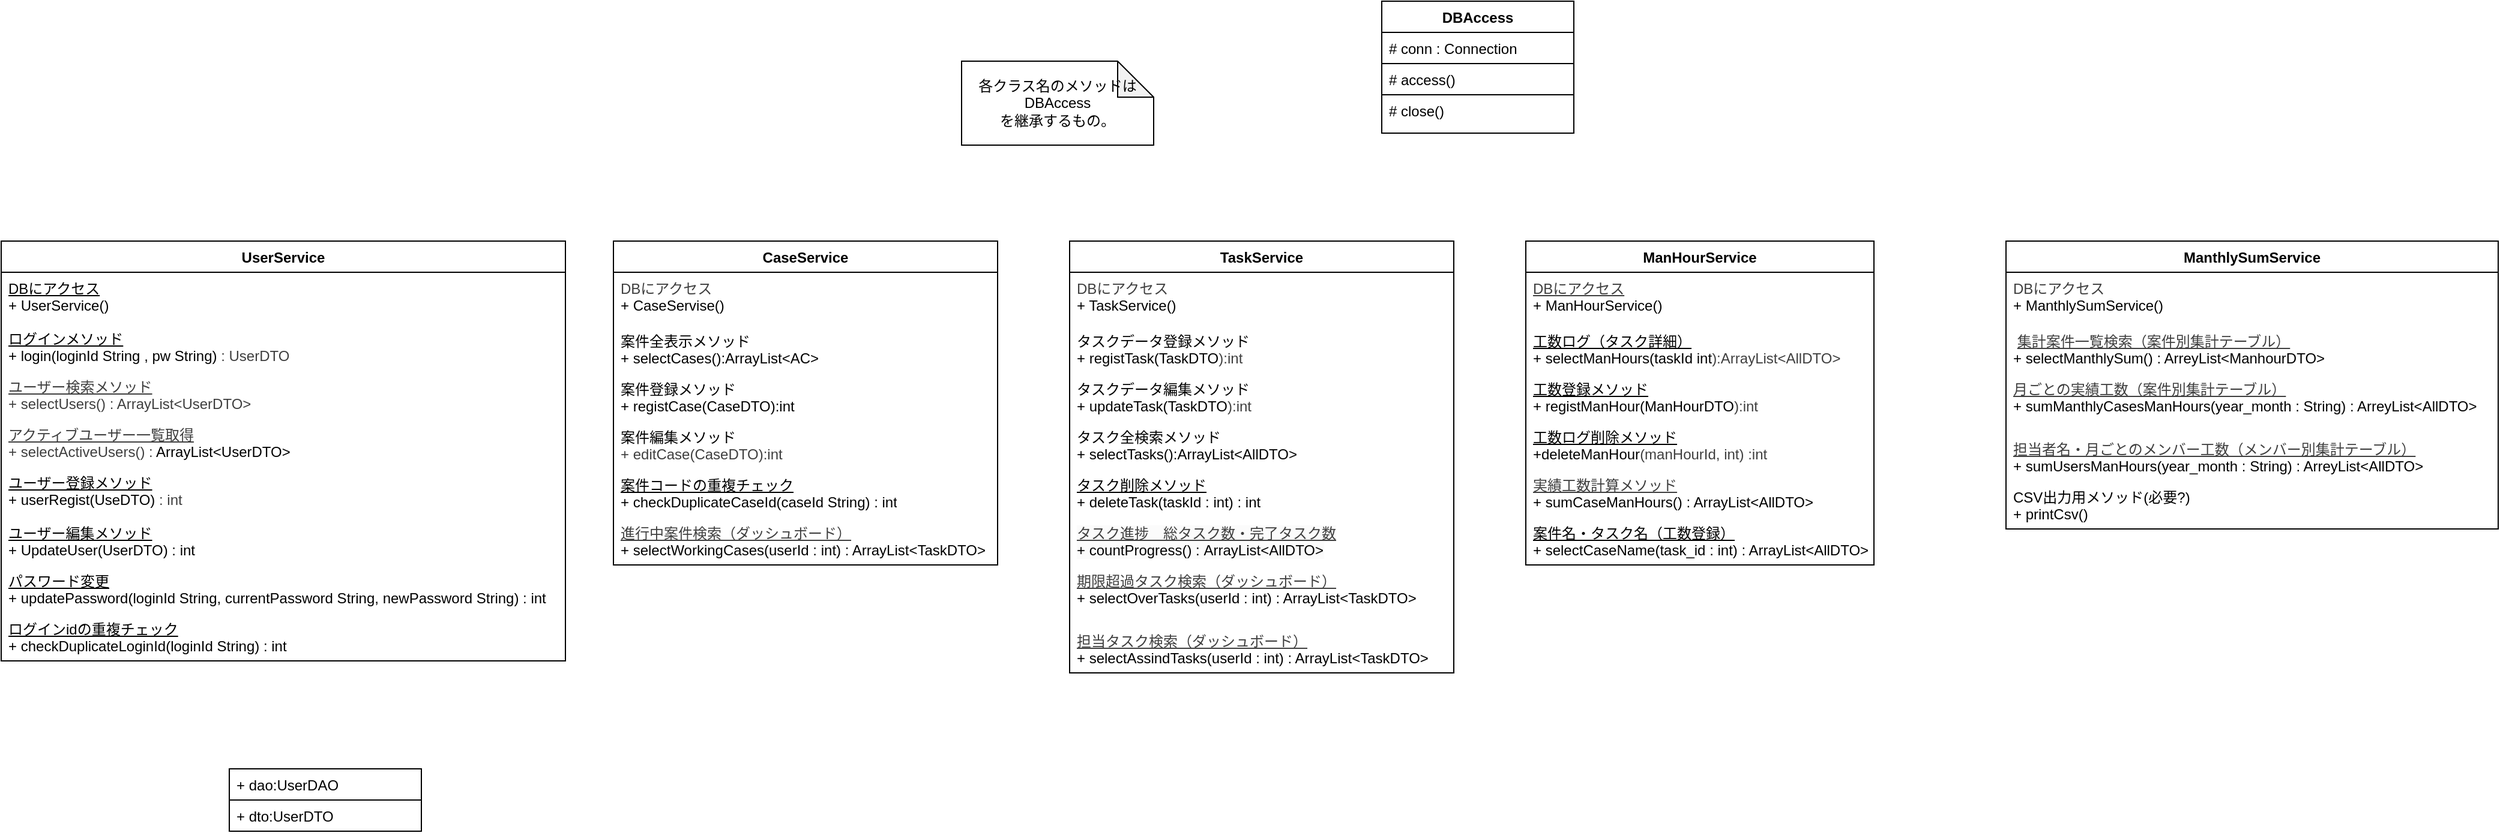
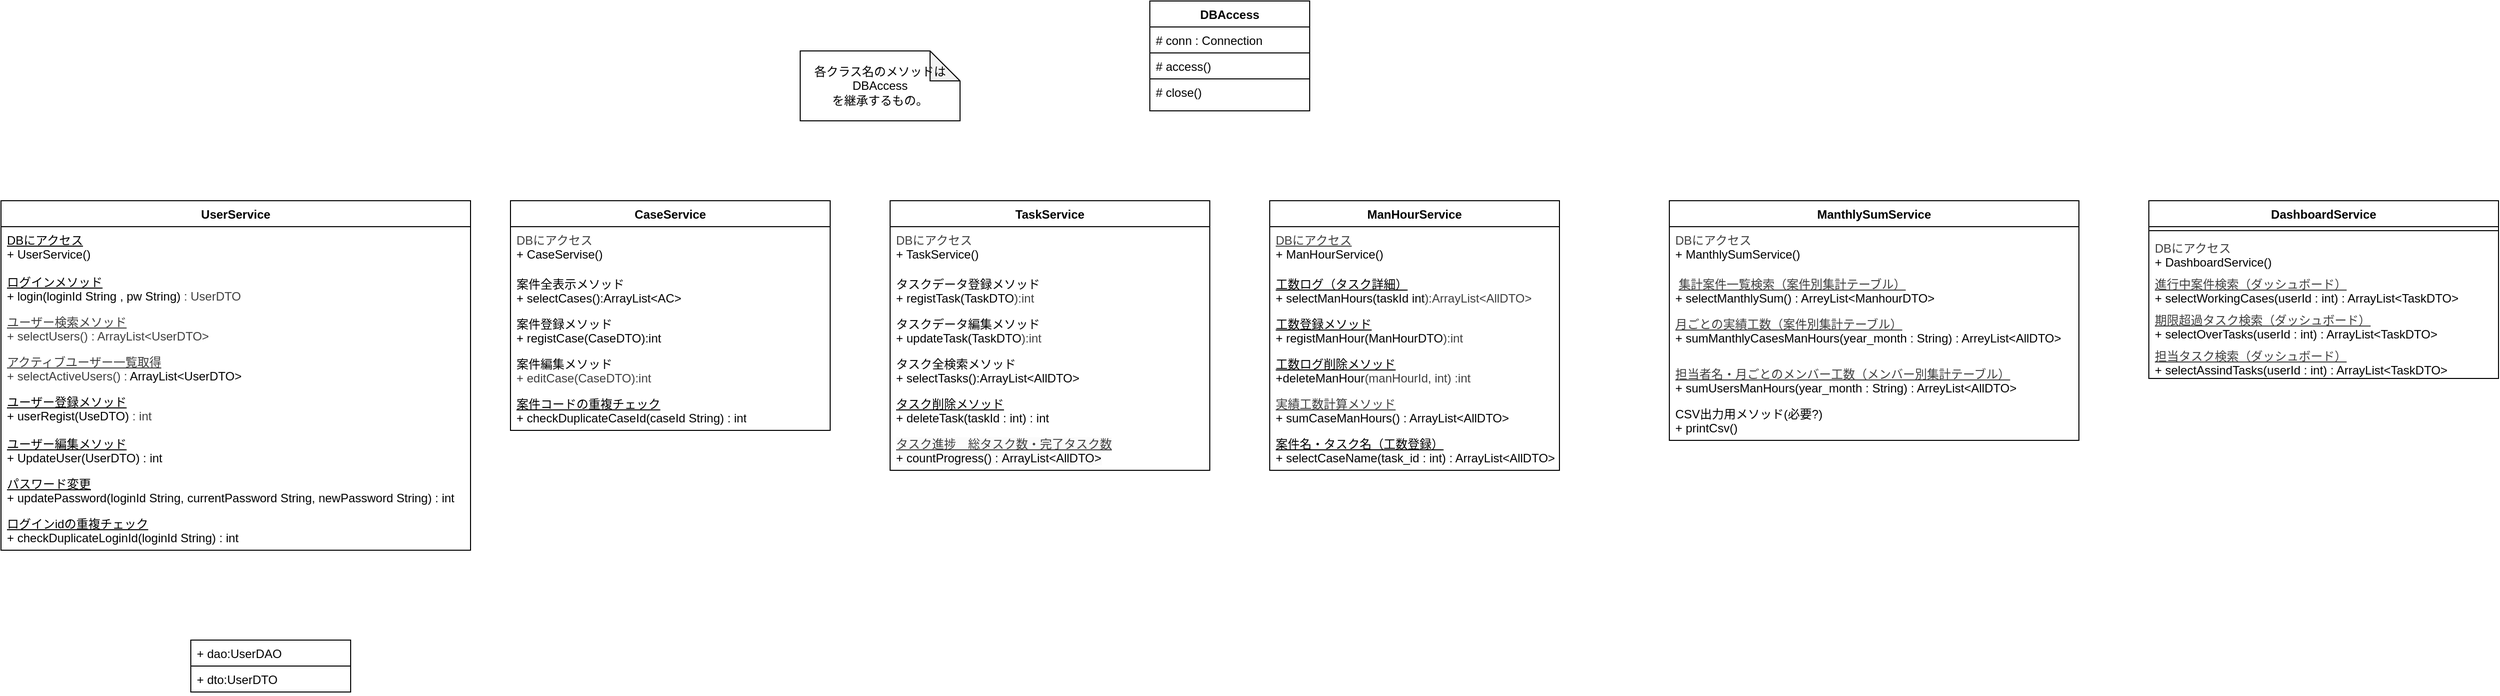
<mxfile host="65bd71144e">
    <diagram id="vtqDsGyhjbo1Ara4jLw-" name="クラス図　Service">
-         <mxGraphModel dx="1281" dy="1676" grid="1" gridSize="10" guides="1" tooltips="1" connect="1" arrows="1" fold="1" page="1" pageScale="1" pageWidth="827" pageHeight="1169" math="0" shadow="0">
+         <mxGraphModel dx="1569" dy="1657" grid="1" gridSize="10" guides="1" tooltips="1" connect="1" arrows="1" fold="1" page="1" pageScale="1" pageWidth="827" pageHeight="1169" math="0" shadow="0">
            <root>
                <mxCell id="0"/>
                <mxCell id="1" parent="0"/>
                <mxCell id="sEulbgWXGhEAaZwcWKiL-1" value="UserService" style="swimlane;fontStyle=1;align=center;verticalAlign=top;childLayout=stackLayout;horizontal=1;startSize=26;horizontalStack=0;resizeParent=1;resizeParentMax=0;resizeLast=0;collapsible=1;marginBottom=0;whiteSpace=wrap;html=1;strokeColor=default;" parent="1" vertex="1">
                    <mxGeometry x="-790" y="-520" width="470" height="350" as="geometry"/>
                </mxCell>
                <mxCell id="sEulbgWXGhEAaZwcWKiL-2" value="&lt;div&gt;&lt;font face=&quot;Helvetica&quot;&gt;&lt;u&gt;DBにアクセス&lt;/u&gt;&lt;/font&gt;&lt;/div&gt;&lt;font face=&quot;Helvetica&quot;&gt;+ UserService()&lt;/font&gt;" style="text;strokeColor=none;fillColor=none;align=left;verticalAlign=top;spacingLeft=4;spacingRight=4;overflow=hidden;rotatable=0;points=[[0,0.5],[1,0.5]];portConstraint=eastwest;whiteSpace=wrap;html=1;" parent="sEulbgWXGhEAaZwcWKiL-1" vertex="1">
                    <mxGeometry y="26" width="470" height="42" as="geometry"/>
                </mxCell>
                <mxCell id="sEulbgWXGhEAaZwcWKiL-4" value="&lt;div&gt;&lt;u&gt;ログインメソッド&lt;/u&gt;&lt;/div&gt;+ login(loginId String , pw String)&amp;nbsp;&lt;span style=&quot;color: rgb(63, 63, 63); background-color: transparent;&quot;&gt;: UserDTO&lt;/span&gt;" style="text;strokeColor=none;fillColor=none;align=left;verticalAlign=top;spacingLeft=4;spacingRight=4;overflow=hidden;rotatable=0;points=[[0,0.5],[1,0.5]];portConstraint=eastwest;whiteSpace=wrap;html=1;" parent="sEulbgWXGhEAaZwcWKiL-1" vertex="1">
                    <mxGeometry y="68" width="470" height="40" as="geometry"/>
                </mxCell>
                <mxCell id="28" value="&lt;u style=&quot;color: rgb(63, 63, 63); scrollbar-color: rgb(226, 226, 226) rgb(251, 251, 251);&quot;&gt;ユーザー検索メソッド&lt;/u&gt;&lt;br style=&quot;color: rgb(63, 63, 63); scrollbar-color: rgb(226, 226, 226) rgb(251, 251, 251);&quot;&gt;&lt;div style=&quot;color: rgb(63, 63, 63); scrollbar-color: rgb(226, 226, 226) rgb(251, 251, 251);&quot;&gt;+ selectUsers() : &lt;span style=&quot;color: rgb(63, 63, 63); scrollbar-color: rgb(226, 226, 226) rgb(251, 251, 251); background-color: transparent;&quot;&gt;ArrayList&amp;lt;UserDTO&amp;gt;&lt;/span&gt;&lt;/div&gt;" style="text;strokeColor=none;fillColor=none;align=left;verticalAlign=top;spacingLeft=4;spacingRight=4;overflow=hidden;rotatable=0;points=[[0,0.5],[1,0.5]];portConstraint=eastwest;whiteSpace=wrap;html=1;" parent="sEulbgWXGhEAaZwcWKiL-1" vertex="1">
                    <mxGeometry y="108" width="470" height="40" as="geometry"/>
                </mxCell>
-                 <mxCell id="55" value="&lt;u style=&quot;color: rgb(63, 63, 63); scrollbar-color: rgb(226, 226, 226) rgb(251, 251, 251);&quot;&gt;アクティブユーザー一覧取得&lt;/u&gt;&lt;div style=&quot;color: rgb(63, 63, 63); scrollbar-color: rgb(226, 226, 226) rgb(251, 251, 251);&quot;&gt;+ selectActiveUsers() : &lt;span style=&quot;scrollbar-color: rgb(226, 226, 226) rgb(251, 251, 251); background-color: transparent; color: rgb(0, 0, 0);&quot;&gt;ArrayList&amp;lt;UserDTO&amp;gt;&lt;/span&gt;&lt;/div&gt;" style="text;strokeColor=none;fillColor=none;align=left;verticalAlign=top;spacingLeft=4;spacingRight=4;overflow=hidden;rotatable=0;points=[[0,0.5],[1,0.5]];portConstraint=eastwest;whiteSpace=wrap;html=1;" vertex="1" parent="sEulbgWXGhEAaZwcWKiL-1">
+                 <mxCell id="55" value="&lt;u style=&quot;color: rgb(63, 63, 63); scrollbar-color: rgb(226, 226, 226) rgb(251, 251, 251);&quot;&gt;アクティブユーザー一覧取得&lt;/u&gt;&lt;div style=&quot;color: rgb(63, 63, 63); scrollbar-color: rgb(226, 226, 226) rgb(251, 251, 251);&quot;&gt;+ selectActiveUsers() : &lt;span style=&quot;scrollbar-color: rgb(226, 226, 226) rgb(251, 251, 251); background-color: transparent; color: rgb(0, 0, 0);&quot;&gt;ArrayList&amp;lt;UserDTO&amp;gt;&lt;/span&gt;&lt;/div&gt;" style="text;strokeColor=none;fillColor=none;align=left;verticalAlign=top;spacingLeft=4;spacingRight=4;overflow=hidden;rotatable=0;points=[[0,0.5],[1,0.5]];portConstraint=eastwest;whiteSpace=wrap;html=1;" parent="sEulbgWXGhEAaZwcWKiL-1" vertex="1">
                    <mxGeometry y="148" width="470" height="40" as="geometry"/>
                </mxCell>
                <mxCell id="sEulbgWXGhEAaZwcWKiL-3" value="&lt;div&gt;&lt;font face=&quot;Helvetica&quot;&gt;&lt;u&gt;ユーザー登録メソッド&lt;/u&gt;&lt;/font&gt;&lt;/div&gt;&lt;font face=&quot;Helvetica&quot;&gt;+ userRegist(UseDTO)&amp;nbsp;&lt;/font&gt;&lt;span style=&quot;color: rgb(63, 63, 63); background-color: transparent;&quot;&gt;: int&lt;/span&gt;" style="text;strokeColor=none;fillColor=none;align=left;verticalAlign=top;spacingLeft=4;spacingRight=4;overflow=hidden;rotatable=0;points=[[0,0.5],[1,0.5]];portConstraint=eastwest;whiteSpace=wrap;html=1;" parent="sEulbgWXGhEAaZwcWKiL-1" vertex="1">
                    <mxGeometry y="188" width="470" height="42" as="geometry"/>
                </mxCell>
                <mxCell id="sEulbgWXGhEAaZwcWKiL-5" value="&lt;u&gt;ユーザー編集メソッド&lt;/u&gt;&lt;div&gt;+ UpdateUser(UserDTO) : int&lt;/div&gt;" style="text;strokeColor=none;fillColor=none;align=left;verticalAlign=top;spacingLeft=4;spacingRight=4;overflow=hidden;rotatable=0;points=[[0,0.5],[1,0.5]];portConstraint=eastwest;whiteSpace=wrap;html=1;" parent="sEulbgWXGhEAaZwcWKiL-1" vertex="1">
                    <mxGeometry y="230" width="470" height="40" as="geometry"/>
                </mxCell>
-                 <mxCell id="56" value="&lt;u&gt;パスワード変更&lt;/u&gt;&lt;div&gt;+ updatePassword(loginId String, currentPassword String, newPassword String) : int&lt;/div&gt;" style="text;strokeColor=none;fillColor=none;align=left;verticalAlign=top;spacingLeft=4;spacingRight=4;overflow=hidden;rotatable=0;points=[[0,0.5],[1,0.5]];portConstraint=eastwest;whiteSpace=wrap;html=1;" vertex="1" parent="sEulbgWXGhEAaZwcWKiL-1">
+                 <mxCell id="56" value="&lt;u&gt;パスワード変更&lt;/u&gt;&lt;div&gt;+ updatePassword(loginId String, currentPassword String, newPassword String) : int&lt;/div&gt;" style="text;strokeColor=none;fillColor=none;align=left;verticalAlign=top;spacingLeft=4;spacingRight=4;overflow=hidden;rotatable=0;points=[[0,0.5],[1,0.5]];portConstraint=eastwest;whiteSpace=wrap;html=1;" parent="sEulbgWXGhEAaZwcWKiL-1" vertex="1">
                    <mxGeometry y="270" width="470" height="40" as="geometry"/>
                </mxCell>
                <mxCell id="52" value="&lt;u&gt;ログインidの重複チェック&lt;/u&gt;&lt;div&gt;+ checkDuplicateLoginId(loginId String) : int&lt;/div&gt;" style="text;strokeColor=none;fillColor=none;align=left;verticalAlign=top;spacingLeft=4;spacingRight=4;overflow=hidden;rotatable=0;points=[[0,0.5],[1,0.5]];portConstraint=eastwest;whiteSpace=wrap;html=1;" parent="sEulbgWXGhEAaZwcWKiL-1" vertex="1">
                    <mxGeometry y="310" width="470" height="40" as="geometry"/>
                </mxCell>
                <mxCell id="sEulbgWXGhEAaZwcWKiL-6" value="DBAccess" style="swimlane;fontStyle=1;align=center;verticalAlign=top;childLayout=stackLayout;horizontal=1;startSize=26;horizontalStack=0;resizeParent=1;resizeParentMax=0;resizeLast=0;collapsible=1;marginBottom=0;whiteSpace=wrap;html=1;strokeColor=default;" parent="1" vertex="1">
                    <mxGeometry x="360" y="-720" width="160" height="110" as="geometry"/>
                </mxCell>
                <mxCell id="sEulbgWXGhEAaZwcWKiL-7" value="# conn : Connection" style="text;strokeColor=default;fillColor=none;align=left;verticalAlign=top;spacingLeft=4;spacingRight=4;overflow=hidden;rotatable=0;points=[[0,0.5],[1,0.5]];portConstraint=eastwest;whiteSpace=wrap;html=1;" parent="sEulbgWXGhEAaZwcWKiL-6" vertex="1">
                    <mxGeometry y="26" width="160" height="26" as="geometry"/>
                </mxCell>
                <mxCell id="sEulbgWXGhEAaZwcWKiL-8" value="# access()" style="text;strokeColor=default;fillColor=none;align=left;verticalAlign=top;spacingLeft=4;spacingRight=4;overflow=hidden;rotatable=0;points=[[0,0.5],[1,0.5]];portConstraint=eastwest;whiteSpace=wrap;html=1;" parent="sEulbgWXGhEAaZwcWKiL-6" vertex="1">
                    <mxGeometry y="52" width="160" height="26" as="geometry"/>
                </mxCell>
                <mxCell id="sEulbgWXGhEAaZwcWKiL-9" value="# close()" style="text;strokeColor=default;fillColor=none;align=left;verticalAlign=top;spacingLeft=4;spacingRight=4;overflow=hidden;rotatable=0;points=[[0,0.5],[1,0.5]];portConstraint=eastwest;whiteSpace=wrap;html=1;" parent="sEulbgWXGhEAaZwcWKiL-6" vertex="1">
                    <mxGeometry y="78" width="160" height="32" as="geometry"/>
                </mxCell>
                <mxCell id="sEulbgWXGhEAaZwcWKiL-10" value="CaseService" style="swimlane;fontStyle=1;align=center;verticalAlign=top;childLayout=stackLayout;horizontal=1;startSize=26;horizontalStack=0;resizeParent=1;resizeParentMax=0;resizeLast=0;collapsible=1;marginBottom=0;whiteSpace=wrap;html=1;" parent="1" vertex="1">
-                     <mxGeometry x="-280" y="-520" width="320" height="270" as="geometry"/>
+                     <mxGeometry x="-280" y="-520" width="320" height="230" as="geometry"/>
                </mxCell>
                <mxCell id="sEulbgWXGhEAaZwcWKiL-11" value="&lt;div&gt;&lt;span style=&quot;color: rgb(63, 63, 63);&quot;&gt;DBにアクセス&lt;/span&gt;&lt;/div&gt;+ CaseServise()" style="text;strokeColor=none;fillColor=none;align=left;verticalAlign=top;spacingLeft=4;spacingRight=4;overflow=hidden;rotatable=0;points=[[0,0.5],[1,0.5]];portConstraint=eastwest;whiteSpace=wrap;html=1;" parent="sEulbgWXGhEAaZwcWKiL-10" vertex="1">
                    <mxGeometry y="26" width="320" height="44" as="geometry"/>
                </mxCell>
                <mxCell id="sEulbgWXGhEAaZwcWKiL-14" value="案件全表示メソッド&lt;div&gt;&lt;div&gt;&lt;font color=&quot;#000000&quot;&gt;+ selectCases(&lt;/font&gt;&lt;span style=&quot;background-color: transparent;&quot;&gt;):ArrayList&amp;lt;AC&amp;gt;&lt;/span&gt;&lt;/div&gt;&lt;/div&gt;" style="text;strokeColor=none;fillColor=none;align=left;verticalAlign=top;spacingLeft=4;spacingRight=4;overflow=hidden;rotatable=0;points=[[0,0.5],[1,0.5]];portConstraint=eastwest;whiteSpace=wrap;html=1;" parent="sEulbgWXGhEAaZwcWKiL-10" vertex="1">
                    <mxGeometry y="70" width="320" height="40" as="geometry"/>
                </mxCell>
                <mxCell id="sEulbgWXGhEAaZwcWKiL-12" value="案件登録メソッド&lt;div&gt;&lt;font color=&quot;#000000&quot;&gt;+ registCase(CaseDTO):int&lt;/font&gt;&lt;/div&gt;" style="text;strokeColor=none;fillColor=none;align=left;verticalAlign=top;spacingLeft=4;spacingRight=4;overflow=hidden;rotatable=0;points=[[0,0.5],[1,0.5]];portConstraint=eastwest;whiteSpace=wrap;html=1;" parent="sEulbgWXGhEAaZwcWKiL-10" vertex="1">
                    <mxGeometry y="110" width="320" height="40" as="geometry"/>
                </mxCell>
                <mxCell id="41" value="&lt;span style=&quot;color: rgb(0, 0, 0);&quot;&gt;案件編集メソッド&lt;/span&gt;&lt;div style=&quot;color: rgb(63, 63, 63); scrollbar-color: rgb(226, 226, 226) rgb(251, 251, 251);&quot;&gt;&lt;font style=&quot;scrollbar-color: rgb(226, 226, 226) rgb(251, 251, 251);&quot;&gt;+ editCase(CaseDTO&lt;/font&gt;&lt;span style=&quot;color: rgb(63, 63, 63); scrollbar-color: rgb(226, 226, 226) rgb(251, 251, 251); background-color: transparent;&quot;&gt;):int&lt;/span&gt;&lt;/div&gt;" style="text;strokeColor=none;fillColor=none;align=left;verticalAlign=top;spacingLeft=4;spacingRight=4;overflow=hidden;rotatable=0;points=[[0,0.5],[1,0.5]];portConstraint=eastwest;whiteSpace=wrap;html=1;" parent="sEulbgWXGhEAaZwcWKiL-10" vertex="1">
                    <mxGeometry y="150" width="320" height="40" as="geometry"/>
                </mxCell>
                <mxCell id="53" value="&lt;u&gt;案件コードの重複チェック&lt;/u&gt;&lt;div&gt;+ checkDuplicateCaseId(caseId String) : int&lt;/div&gt;" style="text;strokeColor=none;fillColor=none;align=left;verticalAlign=top;spacingLeft=4;spacingRight=4;overflow=hidden;rotatable=0;points=[[0,0.5],[1,0.5]];portConstraint=eastwest;whiteSpace=wrap;html=1;" parent="sEulbgWXGhEAaZwcWKiL-10" vertex="1">
                    <mxGeometry y="190" width="320" height="40" as="geometry"/>
-                 </mxCell>
-                 <mxCell id="54" value="&lt;div style=&quot;scrollbar-color: rgb(226, 226, 226) rgb(251, 251, 251); color: rgb(63, 63, 63);&quot;&gt;&lt;font style=&quot;scrollbar-color: rgb(226, 226, 226) rgb(251, 251, 251); color: rgb(63, 63, 63);&quot;&gt;&lt;u style=&quot;scrollbar-color: rgb(226, 226, 226) rgb(251, 251, 251); color: rgb(63, 63, 63);&quot;&gt;進行中案件検索（ダッシュボード）&lt;/u&gt;&lt;/font&gt;&lt;/div&gt;&lt;span style=&quot;scrollbar-color: rgb(226, 226, 226) rgb(251, 251, 251); color: rgb(0, 0, 0);&quot;&gt;+ selectWorkingCases(&lt;span style=&quot;scrollbar-color: rgb(226, 226, 226) rgb(251, 251, 251); color: rgb(0, 0, 0);&quot;&gt;userId : int&lt;/span&gt;) : ArrayList&amp;lt;TaskDTO&amp;gt;&lt;/span&gt;" style="text;strokeColor=none;fillColor=none;align=left;verticalAlign=top;spacingLeft=4;spacingRight=4;overflow=hidden;rotatable=0;points=[[0,0.5],[1,0.5]];portConstraint=eastwest;whiteSpace=wrap;html=1;" parent="sEulbgWXGhEAaZwcWKiL-10" vertex="1">
-                     <mxGeometry y="230" width="320" height="40" as="geometry"/>
                </mxCell>
                <mxCell id="sEulbgWXGhEAaZwcWKiL-26" value="ManHourService" style="swimlane;fontStyle=1;align=center;verticalAlign=top;childLayout=stackLayout;horizontal=1;startSize=26;horizontalStack=0;resizeParent=1;resizeParentMax=0;resizeLast=0;collapsible=1;marginBottom=0;whiteSpace=wrap;html=1;" parent="1" vertex="1">
                    <mxGeometry x="480" y="-520" width="290" height="270" as="geometry"/>
                </mxCell>
                <mxCell id="sEulbgWXGhEAaZwcWKiL-27" value="&lt;div&gt;&lt;span style=&quot;color: rgb(63, 63, 63);&quot;&gt;&lt;u&gt;DBにアクセス&lt;/u&gt;&lt;/span&gt;&lt;/div&gt;+ ManHourService()" style="text;strokeColor=none;fillColor=none;align=left;verticalAlign=top;spacingLeft=4;spacingRight=4;overflow=hidden;rotatable=0;points=[[0,0.5],[1,0.5]];portConstraint=eastwest;whiteSpace=wrap;html=1;" parent="sEulbgWXGhEAaZwcWKiL-26" vertex="1">
                    <mxGeometry y="26" width="290" height="44" as="geometry"/>
                </mxCell>
                <mxCell id="sEulbgWXGhEAaZwcWKiL-28" value="&lt;span style=&quot;color: rgb(0, 0, 0);&quot;&gt;&lt;u&gt;工数ログ（タスク詳細）&lt;/u&gt;&lt;/span&gt;&lt;div&gt;&lt;font color=&quot;#000000&quot;&gt;+ selectManHours(taskId int&lt;/font&gt;&lt;span style=&quot;background-color: transparent; color: rgb(63, 63, 63);&quot;&gt;):ArrayList&amp;lt;AllDTO&amp;gt;&lt;/span&gt;&lt;/div&gt;" style="text;strokeColor=none;fillColor=none;align=left;verticalAlign=top;spacingLeft=4;spacingRight=4;overflow=hidden;rotatable=0;points=[[0,0.5],[1,0.5]];portConstraint=eastwest;whiteSpace=wrap;html=1;" parent="sEulbgWXGhEAaZwcWKiL-26" vertex="1">
                    <mxGeometry y="70" width="290" height="40" as="geometry"/>
                </mxCell>
                <mxCell id="sEulbgWXGhEAaZwcWKiL-29" value="&lt;u&gt;工数登録メソッド&lt;/u&gt;&lt;div&gt;+ registManHour(ManHourDTO&lt;span style=&quot;color: rgb(63, 63, 63); background-color: transparent;&quot;&gt;):int&lt;/span&gt;&lt;/div&gt;" style="text;strokeColor=none;fillColor=none;align=left;verticalAlign=top;spacingLeft=4;spacingRight=4;overflow=hidden;rotatable=0;points=[[0,0.5],[1,0.5]];portConstraint=eastwest;whiteSpace=wrap;html=1;" parent="sEulbgWXGhEAaZwcWKiL-26" vertex="1">
                    <mxGeometry y="110" width="290" height="40" as="geometry"/>
                </mxCell>
                <mxCell id="sEulbgWXGhEAaZwcWKiL-30" value="&lt;u&gt;工数ログ削除メソッド&lt;/u&gt;&lt;div&gt;+deleteManHour&lt;span style=&quot;background-color: transparent; color: rgb(63, 63, 63);&quot;&gt;(manHourId, int) :int&lt;/span&gt;&lt;/div&gt;" style="text;strokeColor=none;fillColor=none;align=left;verticalAlign=top;spacingLeft=4;spacingRight=4;overflow=hidden;rotatable=0;points=[[0,0.5],[1,0.5]];portConstraint=eastwest;whiteSpace=wrap;html=1;" parent="sEulbgWXGhEAaZwcWKiL-26" vertex="1">
                    <mxGeometry y="150" width="290" height="40" as="geometry"/>
                </mxCell>
                <mxCell id="25" value="&lt;div style=&quot;scrollbar-color: rgb(226, 226, 226) rgb(251, 251, 251); color: rgb(63, 63, 63);&quot;&gt;&lt;u style=&quot;scrollbar-color: rgb(226, 226, 226) rgb(251, 251, 251); color: rgb(63, 63, 63);&quot;&gt;実績工数計算メソッド&lt;/u&gt;&lt;/div&gt;&lt;span style=&quot;scrollbar-color: rgb(226, 226, 226) rgb(251, 251, 251); color: rgb(0, 0, 0);&quot;&gt;+ sumCaseManHours() : &lt;/span&gt;&lt;span style=&quot;scrollbar-color: rgb(226, 226, 226) rgb(251, 251, 251); color: rgb(0, 0, 0);&quot;&gt;ArrayList&amp;lt;AllDTO&amp;gt;&lt;/span&gt;" style="text;strokeColor=none;fillColor=none;align=left;verticalAlign=top;spacingLeft=4;spacingRight=4;overflow=hidden;rotatable=0;points=[[0,0.5],[1,0.5]];portConstraint=eastwest;whiteSpace=wrap;html=1;" parent="sEulbgWXGhEAaZwcWKiL-26" vertex="1">
                    <mxGeometry y="190" width="290" height="40" as="geometry"/>
                </mxCell>
                <mxCell id="27" value="&lt;u&gt;案件名・タスク名（工数登録）&lt;/u&gt;&lt;div&gt;+ selectCaseName(task_id : int) : ArrayList&amp;lt;AllDTO&amp;gt;&lt;/div&gt;" style="text;strokeColor=none;fillColor=none;align=left;verticalAlign=top;spacingLeft=4;spacingRight=4;overflow=hidden;rotatable=0;points=[[0,0.5],[1,0.5]];portConstraint=eastwest;whiteSpace=wrap;html=1;" parent="sEulbgWXGhEAaZwcWKiL-26" vertex="1">
                    <mxGeometry y="230" width="290" height="40" as="geometry"/>
                </mxCell>
                <mxCell id="sEulbgWXGhEAaZwcWKiL-31" value="ManthlySumService" style="swimlane;fontStyle=1;align=center;verticalAlign=top;childLayout=stackLayout;horizontal=1;startSize=26;horizontalStack=0;resizeParent=1;resizeParentMax=0;resizeLast=0;collapsible=1;marginBottom=0;whiteSpace=wrap;html=1;" parent="1" vertex="1">
                    <mxGeometry x="880" y="-520" width="410" height="240" as="geometry"/>
                </mxCell>
                <mxCell id="sEulbgWXGhEAaZwcWKiL-32" value="&lt;div&gt;&lt;span style=&quot;color: rgb(63, 63, 63);&quot;&gt;DBにアクセス&lt;/span&gt;&lt;/div&gt;+ ManthlySumService()" style="text;strokeColor=none;fillColor=none;align=left;verticalAlign=top;spacingLeft=4;spacingRight=4;overflow=hidden;rotatable=0;points=[[0,0.5],[1,0.5]];portConstraint=eastwest;whiteSpace=wrap;html=1;" parent="sEulbgWXGhEAaZwcWKiL-31" vertex="1">
                    <mxGeometry y="26" width="410" height="44" as="geometry"/>
                </mxCell>
                <mxCell id="sEulbgWXGhEAaZwcWKiL-33" value="&amp;nbsp;&lt;u style=&quot;color: rgb(63, 63, 63); scrollbar-color: rgb(226, 226, 226) rgb(251, 251, 251);&quot;&gt;集計案件一覧検索（案件別集計テーブル）&lt;/u&gt;&lt;div&gt;+&amp;nbsp;&lt;span style=&quot;color: rgb(0, 0, 0); background-color: transparent;&quot;&gt;selectManthlySum() : ArreyList&amp;lt;ManhourDTO&amp;gt;&lt;/span&gt;&lt;/div&gt;" style="text;strokeColor=none;fillColor=none;align=left;verticalAlign=top;spacingLeft=4;spacingRight=4;overflow=hidden;rotatable=0;points=[[0,0.5],[1,0.5]];portConstraint=eastwest;whiteSpace=wrap;html=1;" parent="sEulbgWXGhEAaZwcWKiL-31" vertex="1">
                    <mxGeometry y="70" width="410" height="40" as="geometry"/>
                </mxCell>
                <mxCell id="sEulbgWXGhEAaZwcWKiL-34" value="&lt;div style=&quot;color: rgb(63, 63, 63); scrollbar-color: rgb(226, 226, 226) rgb(251, 251, 251);&quot;&gt;&lt;span style=&quot;scrollbar-color: rgb(226, 226, 226) rgb(251, 251, 251); color: rgb(0, 0, 0);&quot;&gt;&lt;u style=&quot;color: rgb(63, 63, 63); scrollbar-color: rgb(226, 226, 226) rgb(251, 251, 251);&quot;&gt;月ごとの実績工数（案件別集計テーブル）&lt;/u&gt;&lt;/span&gt;&lt;/div&gt;&lt;span style=&quot;scrollbar-color: rgb(226, 226, 226) rgb(251, 251, 251); color: rgb(0, 0, 0);&quot;&gt;+ sumManthlyCasesManHours&lt;span style=&quot;scrollbar-color: rgb(226, 226, 226) rgb(251, 251, 251); color: rgb(0, 0, 0);&quot;&gt;(year_month : String)&lt;/span&gt; : ArreyList&amp;lt;AllDTO&amp;gt;&lt;/span&gt;" style="text;strokeColor=none;fillColor=none;align=left;verticalAlign=top;spacingLeft=4;spacingRight=4;overflow=hidden;rotatable=0;points=[[0,0.5],[1,0.5]];portConstraint=eastwest;whiteSpace=wrap;html=1;" parent="sEulbgWXGhEAaZwcWKiL-31" vertex="1">
                    <mxGeometry y="110" width="410" height="50" as="geometry"/>
                </mxCell>
                <mxCell id="50" value="&lt;div style=&quot;color: rgb(63, 63, 63); scrollbar-color: rgb(226, 226, 226) rgb(251, 251, 251);&quot;&gt;&lt;u style=&quot;color: rgb(63, 63, 63); scrollbar-color: rgb(226, 226, 226) rgb(251, 251, 251);&quot;&gt;担当者名・月ごとのメンバー工数（メンバー別集計テーブル）&lt;/u&gt;&lt;/div&gt;&lt;span style=&quot;color: rgb(0, 0, 0);&quot;&gt;+ sumUsersManHours&lt;/span&gt;&lt;span style=&quot;scrollbar-color: rgb(226, 226, 226) rgb(251, 251, 251); color: rgb(0, 0, 0);&quot;&gt;(year_month : String)&lt;/span&gt;&lt;span style=&quot;color: rgb(0, 0, 0);&quot;&gt; : &lt;/span&gt;&lt;span style=&quot;scrollbar-color: rgb(226, 226, 226) rgb(251, 251, 251); color: rgb(0, 0, 0);&quot;&gt;ArreyList&amp;lt;AllDTO&amp;gt;&lt;/span&gt;" style="text;strokeColor=none;fillColor=none;align=left;verticalAlign=top;spacingLeft=4;spacingRight=4;overflow=hidden;rotatable=0;points=[[0,0.5],[1,0.5]];portConstraint=eastwest;whiteSpace=wrap;html=1;" parent="sEulbgWXGhEAaZwcWKiL-31" vertex="1">
                    <mxGeometry y="160" width="410" height="40" as="geometry"/>
                </mxCell>
                <mxCell id="sEulbgWXGhEAaZwcWKiL-35" value="CSV出力用メソッド(必要?)&lt;div&gt;+ printCsv()&lt;/div&gt;" style="text;strokeColor=none;fillColor=none;align=left;verticalAlign=top;spacingLeft=4;spacingRight=4;overflow=hidden;rotatable=0;points=[[0,0.5],[1,0.5]];portConstraint=eastwest;whiteSpace=wrap;html=1;" parent="sEulbgWXGhEAaZwcWKiL-31" vertex="1">
                    <mxGeometry y="200" width="410" height="40" as="geometry"/>
                </mxCell>
                <mxCell id="sEulbgWXGhEAaZwcWKiL-36" value="各クラス名のメソッドは&lt;br&gt;DBAccess&lt;div&gt;を継承するもの。&lt;/div&gt;" style="shape=note;whiteSpace=wrap;html=1;backgroundOutline=1;darkOpacity=0.05;" parent="1" vertex="1">
                    <mxGeometry x="10" y="-670" width="160" height="70" as="geometry"/>
                </mxCell>
                <mxCell id="sEulbgWXGhEAaZwcWKiL-38" value="+ dto:UserDTO" style="text;strokeColor=default;fillColor=none;align=left;verticalAlign=top;spacingLeft=4;spacingRight=4;overflow=hidden;rotatable=0;points=[[0,0.5],[1,0.5]];portConstraint=eastwest;whiteSpace=wrap;html=1;" parent="1" vertex="1">
                    <mxGeometry x="-600" y="-54" width="160" height="26" as="geometry"/>
                </mxCell>
                <mxCell id="sEulbgWXGhEAaZwcWKiL-39" value="+ dao:UserDAO" style="text;strokeColor=default;fillColor=none;align=left;verticalAlign=top;spacingLeft=4;spacingRight=4;overflow=hidden;rotatable=0;points=[[0,0.5],[1,0.5]];portConstraint=eastwest;whiteSpace=wrap;html=1;" parent="1" vertex="1">
                    <mxGeometry x="-600" y="-80" width="160" height="26" as="geometry"/>
                </mxCell>
                <mxCell id="29" value="TaskService" style="swimlane;fontStyle=1;align=center;verticalAlign=top;childLayout=stackLayout;horizontal=1;startSize=26;horizontalStack=0;resizeParent=1;resizeParentMax=0;resizeLast=0;collapsible=1;marginBottom=0;whiteSpace=wrap;html=1;" parent="1" vertex="1">
-                     <mxGeometry x="100" y="-520" width="320" height="360" as="geometry"/>
+                     <mxGeometry x="100" y="-520" width="320" height="270" as="geometry"/>
                </mxCell>
                <mxCell id="30" value="&lt;div&gt;&lt;span style=&quot;color: rgb(63, 63, 63);&quot;&gt;DBにアクセス&lt;/span&gt;&lt;/div&gt;+ TaskService()" style="text;strokeColor=none;fillColor=none;align=left;verticalAlign=top;spacingLeft=4;spacingRight=4;overflow=hidden;rotatable=0;points=[[0,0.5],[1,0.5]];portConstraint=eastwest;whiteSpace=wrap;html=1;" parent="29" vertex="1">
                    <mxGeometry y="26" width="320" height="44" as="geometry"/>
                </mxCell>
                <mxCell id="31" value="タスクデータ登録メソッド&lt;div&gt;+ registTask(TaskDTO&lt;span style=&quot;color: rgb(63, 63, 63); background-color: transparent;&quot;&gt;):int&lt;/span&gt;&lt;/div&gt;" style="text;strokeColor=none;fillColor=none;align=left;verticalAlign=top;spacingLeft=4;spacingRight=4;overflow=hidden;rotatable=0;points=[[0,0.5],[1,0.5]];portConstraint=eastwest;whiteSpace=wrap;html=1;" parent="29" vertex="1">
                    <mxGeometry y="70" width="320" height="40" as="geometry"/>
                </mxCell>
                <mxCell id="32" value="タスクデータ編集メソッド&lt;div&gt;+ updateTask(TaskDTO&lt;span style=&quot;color: rgb(63, 63, 63); background-color: transparent;&quot;&gt;):int&lt;/span&gt;&lt;/div&gt;" style="text;strokeColor=none;fillColor=none;align=left;verticalAlign=top;spacingLeft=4;spacingRight=4;overflow=hidden;rotatable=0;points=[[0,0.5],[1,0.5]];portConstraint=eastwest;whiteSpace=wrap;html=1;" parent="29" vertex="1">
                    <mxGeometry y="110" width="320" height="40" as="geometry"/>
                </mxCell>
                <mxCell id="33" value="タスク全検索メソッド&lt;div&gt;&lt;font color=&quot;#000000&quot;&gt;+ selectTasks():ArrayList&amp;lt;AllDTO&amp;gt;&lt;/font&gt;&lt;/div&gt;" style="text;strokeColor=none;fillColor=none;align=left;verticalAlign=top;spacingLeft=4;spacingRight=4;overflow=hidden;rotatable=0;points=[[0,0.5],[1,0.5]];portConstraint=eastwest;whiteSpace=wrap;html=1;" parent="29" vertex="1">
                    <mxGeometry y="150" width="320" height="40" as="geometry"/>
                </mxCell>
                <mxCell id="51" value="&lt;u&gt;タスク削除メソッド&lt;/u&gt;&lt;div&gt;&lt;font style=&quot;color: rgb(0, 0, 0);&quot;&gt;+ deleteTask(taskId : int) : int&lt;/font&gt;&lt;/div&gt;" style="text;strokeColor=none;fillColor=none;align=left;verticalAlign=top;spacingLeft=4;spacingRight=4;overflow=hidden;rotatable=0;points=[[0,0.5],[1,0.5]];portConstraint=eastwest;whiteSpace=wrap;html=1;" parent="29" vertex="1">
                    <mxGeometry y="190" width="320" height="40" as="geometry"/>
                </mxCell>
                <mxCell id="47" value="&lt;div style=&quot;forced-color-adjust: none; color: rgb(63, 63, 63); scrollbar-color: rgb(226, 226, 226) rgb(251, 251, 251); font-family: Helvetica; font-size: 12px; font-style: normal; font-variant-ligatures: normal; font-variant-caps: normal; font-weight: 400; letter-spacing: normal; orphans: 2; text-align: left; text-indent: 0px; text-transform: none; widows: 2; word-spacing: 0px; -webkit-text-stroke-width: 0px; white-space: normal; background-color: rgb(251, 251, 251); text-decoration-thickness: initial; text-decoration-style: initial; text-decoration-color: initial;&quot;&gt;&lt;u style=&quot;forced-color-adjust: none; color: rgb(63, 63, 63); scrollbar-color: rgb(226, 226, 226) rgb(251, 251, 251);&quot;&gt;タスク進捗　総タスク数・完了タスク数&lt;/u&gt;&lt;/div&gt;&lt;span style=&quot;color: rgb(0, 0, 0); font-family: Helvetica; font-size: 12px; font-style: normal; font-variant-ligatures: normal; font-variant-caps: normal; font-weight: 400; letter-spacing: normal; orphans: 2; text-align: left; text-indent: 0px; text-transform: none; widows: 2; word-spacing: 0px; -webkit-text-stroke-width: 0px; white-space: normal; background-color: rgb(251, 251, 251); text-decoration-thickness: initial; text-decoration-style: initial; text-decoration-color: initial; float: none; display: inline !important;&quot;&gt;+ countProgress() :&amp;nbsp;&lt;/span&gt;&lt;span style=&quot;forced-color-adjust: none; color: light-dark(rgb(0, 0, 0), rgb(237, 237, 237)); scrollbar-color: rgb(226, 226, 226) rgb(251, 251, 251); font-family: Helvetica; font-size: 12px; font-style: normal; font-variant-ligatures: normal; font-variant-caps: normal; font-weight: 400; letter-spacing: normal; orphans: 2; text-align: left; text-indent: 0px; text-transform: none; widows: 2; word-spacing: 0px; -webkit-text-stroke-width: 0px; white-space: normal; background-color: rgb(251, 251, 251); text-decoration-thickness: initial; text-decoration-style: initial; text-decoration-color: initial;&quot;&gt;ArrayList&amp;lt;AllDTO&amp;gt;&lt;/span&gt;&lt;div&gt;&lt;br/&gt;&lt;/div&gt;" style="text;strokeColor=none;fillColor=none;align=left;verticalAlign=top;spacingLeft=4;spacingRight=4;overflow=hidden;rotatable=0;points=[[0,0.5],[1,0.5]];portConstraint=eastwest;whiteSpace=wrap;html=1;" parent="29" vertex="1">
                    <mxGeometry y="230" width="320" height="40" as="geometry"/>
                </mxCell>
-                 <mxCell id="45" value="&lt;div style=&quot;scrollbar-color: rgb(226, 226, 226) rgb(251, 251, 251); color: rgb(63, 63, 63);&quot;&gt;&lt;font style=&quot;color: rgb(63, 63, 63); scrollbar-color: rgb(226, 226, 226) rgb(251, 251, 251);&quot;&gt;&lt;u style=&quot;scrollbar-color: rgb(226, 226, 226) rgb(251, 251, 251); color: rgb(63, 63, 63);&quot;&gt;期限超過タスク検索（ダッシュボード）&lt;/u&gt;&lt;/font&gt;&lt;/div&gt;&lt;span style=&quot;scrollbar-color: rgb(226, 226, 226) rgb(251, 251, 251); color: rgb(0, 0, 0);&quot;&gt;+ selectOverTasks(&lt;span style=&quot;scrollbar-color: rgb(226, 226, 226) rgb(251, 251, 251); color: rgb(0, 0, 0);&quot;&gt;userId : int&lt;/span&gt;) : ArrayList&amp;lt;TaskDTO&amp;gt;&lt;/span&gt;" style="text;strokeColor=none;fillColor=none;align=left;verticalAlign=top;spacingLeft=4;spacingRight=4;overflow=hidden;rotatable=0;points=[[0,0.5],[1,0.5]];portConstraint=eastwest;whiteSpace=wrap;html=1;" parent="29" vertex="1">
-                     <mxGeometry y="270" width="320" height="50" as="geometry"/>
+                 <mxCell id="57" value="DashboardService" style="swimlane;fontStyle=1;align=center;verticalAlign=top;childLayout=stackLayout;horizontal=1;startSize=26;horizontalStack=0;resizeParent=1;resizeParentMax=0;resizeLast=0;collapsible=1;marginBottom=0;whiteSpace=wrap;html=1;" vertex="1" parent="1">
+                     <mxGeometry x="1360" y="-520" width="350" height="178" as="geometry"/>
                </mxCell>
-                 <mxCell id="44" value="&lt;div style=&quot;scrollbar-color: rgb(226, 226, 226) rgb(251, 251, 251); color: rgb(63, 63, 63);&quot;&gt;&lt;span style=&quot;scrollbar-color: rgb(226, 226, 226) rgb(251, 251, 251); color: rgb(0, 0, 0);&quot;&gt;&lt;u style=&quot;scrollbar-color: rgb(226, 226, 226) rgb(251, 251, 251); color: rgb(63, 63, 63);&quot;&gt;担当タスク検索（ダッシュボード）&lt;/u&gt;&lt;/span&gt;&lt;/div&gt;&lt;span style=&quot;scrollbar-color: rgb(226, 226, 226) rgb(251, 251, 251); color: rgb(0, 0, 0);&quot;&gt;+ selectAssindTasks(&lt;span style=&quot;scrollbar-color: rgb(226, 226, 226) rgb(251, 251, 251); color: rgb(0, 0, 0);&quot;&gt;userId : int&lt;/span&gt;) : ArrayList&amp;lt;TaskDTO&amp;gt;&lt;/span&gt;" style="text;strokeColor=none;fillColor=none;align=left;verticalAlign=top;spacingLeft=4;spacingRight=4;overflow=hidden;rotatable=0;points=[[0,0.5],[1,0.5]];portConstraint=eastwest;whiteSpace=wrap;html=1;" parent="29" vertex="1">
-                     <mxGeometry y="320" width="320" height="40" as="geometry"/>
+                 <mxCell id="59" value="" style="line;strokeWidth=1;fillColor=none;align=left;verticalAlign=middle;spacingTop=-1;spacingLeft=3;spacingRight=3;rotatable=0;labelPosition=right;points=[];portConstraint=eastwest;strokeColor=inherit;" vertex="1" parent="57">
+                     <mxGeometry y="26" width="350" height="8" as="geometry"/>
+                 </mxCell>
+                 <mxCell id="60" value="&lt;div style=&quot;color: rgb(63, 63, 63); scrollbar-color: rgb(226, 226, 226) rgb(251, 251, 251);&quot;&gt;&lt;span style=&quot;scrollbar-color: rgb(226, 226, 226) rgb(251, 251, 251); color: rgb(63, 63, 63);&quot;&gt;DBにアクセス&lt;/span&gt;&lt;/div&gt;&lt;span style=&quot;color: rgb(0, 0, 0);&quot;&gt;+ DashboardService()&lt;/span&gt;" style="text;strokeColor=none;fillColor=none;align=left;verticalAlign=top;spacingLeft=4;spacingRight=4;overflow=hidden;rotatable=0;points=[[0,0.5],[1,0.5]];portConstraint=eastwest;whiteSpace=wrap;html=1;" vertex="1" parent="57">
+                     <mxGeometry y="34" width="350" height="36" as="geometry"/>
+                 </mxCell>
+                 <mxCell id="62" value="&lt;div style=&quot;scrollbar-color: rgb(226, 226, 226) rgb(251, 251, 251); color: rgb(63, 63, 63);&quot;&gt;&lt;font style=&quot;scrollbar-color: rgb(226, 226, 226) rgb(251, 251, 251); color: rgb(63, 63, 63);&quot;&gt;&lt;u style=&quot;scrollbar-color: rgb(226, 226, 226) rgb(251, 251, 251); color: rgb(63, 63, 63);&quot;&gt;進行中案件検索（ダッシュボード）&lt;/u&gt;&lt;/font&gt;&lt;/div&gt;&lt;span style=&quot;scrollbar-color: rgb(226, 226, 226) rgb(251, 251, 251); color: rgb(0, 0, 0);&quot;&gt;+ selectWorkingCases(&lt;span style=&quot;scrollbar-color: rgb(226, 226, 226) rgb(251, 251, 251); color: rgb(0, 0, 0);&quot;&gt;userId : int&lt;/span&gt;) : ArrayList&amp;lt;TaskDTO&amp;gt;&lt;/span&gt;" style="text;strokeColor=none;fillColor=none;align=left;verticalAlign=top;spacingLeft=4;spacingRight=4;overflow=hidden;rotatable=0;points=[[0,0.5],[1,0.5]];portConstraint=eastwest;whiteSpace=wrap;html=1;" vertex="1" parent="57">
+                     <mxGeometry y="70" width="350" height="36" as="geometry"/>
+                 </mxCell>
+                 <mxCell id="61" value="&lt;div style=&quot;scrollbar-color: rgb(226, 226, 226) rgb(251, 251, 251); color: rgb(63, 63, 63);&quot;&gt;&lt;font style=&quot;scrollbar-color: rgb(226, 226, 226) rgb(251, 251, 251); color: rgb(63, 63, 63);&quot;&gt;&lt;u style=&quot;scrollbar-color: rgb(226, 226, 226) rgb(251, 251, 251); color: rgb(63, 63, 63);&quot;&gt;期限超過タスク検索（ダッシュボード）&lt;/u&gt;&lt;/font&gt;&lt;/div&gt;&lt;span style=&quot;scrollbar-color: rgb(226, 226, 226) rgb(251, 251, 251); color: rgb(0, 0, 0);&quot;&gt;+ selectOverTasks(&lt;span style=&quot;scrollbar-color: rgb(226, 226, 226) rgb(251, 251, 251); color: rgb(0, 0, 0);&quot;&gt;userId : int&lt;/span&gt;) : ArrayList&amp;lt;TaskDTO&amp;gt;&lt;/span&gt;" style="text;strokeColor=none;fillColor=none;align=left;verticalAlign=top;spacingLeft=4;spacingRight=4;overflow=hidden;rotatable=0;points=[[0,0.5],[1,0.5]];portConstraint=eastwest;whiteSpace=wrap;html=1;" vertex="1" parent="57">
+                     <mxGeometry y="106" width="350" height="36" as="geometry"/>
+                 </mxCell>
+                 <mxCell id="63" value="&lt;div style=&quot;scrollbar-color: rgb(226, 226, 226) rgb(251, 251, 251); color: rgb(63, 63, 63);&quot;&gt;&lt;span style=&quot;scrollbar-color: rgb(226, 226, 226) rgb(251, 251, 251); color: rgb(0, 0, 0);&quot;&gt;&lt;u style=&quot;scrollbar-color: rgb(226, 226, 226) rgb(251, 251, 251); color: rgb(63, 63, 63);&quot;&gt;担当タスク検索（ダッシュボード）&lt;/u&gt;&lt;/span&gt;&lt;/div&gt;&lt;span style=&quot;scrollbar-color: rgb(226, 226, 226) rgb(251, 251, 251); color: rgb(0, 0, 0);&quot;&gt;+ selectAssindTasks(&lt;span style=&quot;scrollbar-color: rgb(226, 226, 226) rgb(251, 251, 251); color: rgb(0, 0, 0);&quot;&gt;userId : int&lt;/span&gt;) : ArrayList&amp;lt;TaskDTO&amp;gt;&lt;/span&gt;" style="text;strokeColor=none;fillColor=none;align=left;verticalAlign=top;spacingLeft=4;spacingRight=4;overflow=hidden;rotatable=0;points=[[0,0.5],[1,0.5]];portConstraint=eastwest;whiteSpace=wrap;html=1;" vertex="1" parent="57">
+                     <mxGeometry y="142" width="350" height="36" as="geometry"/>
                </mxCell>
            </root>
        </mxGraphModel>
    </diagram>
</mxfile>